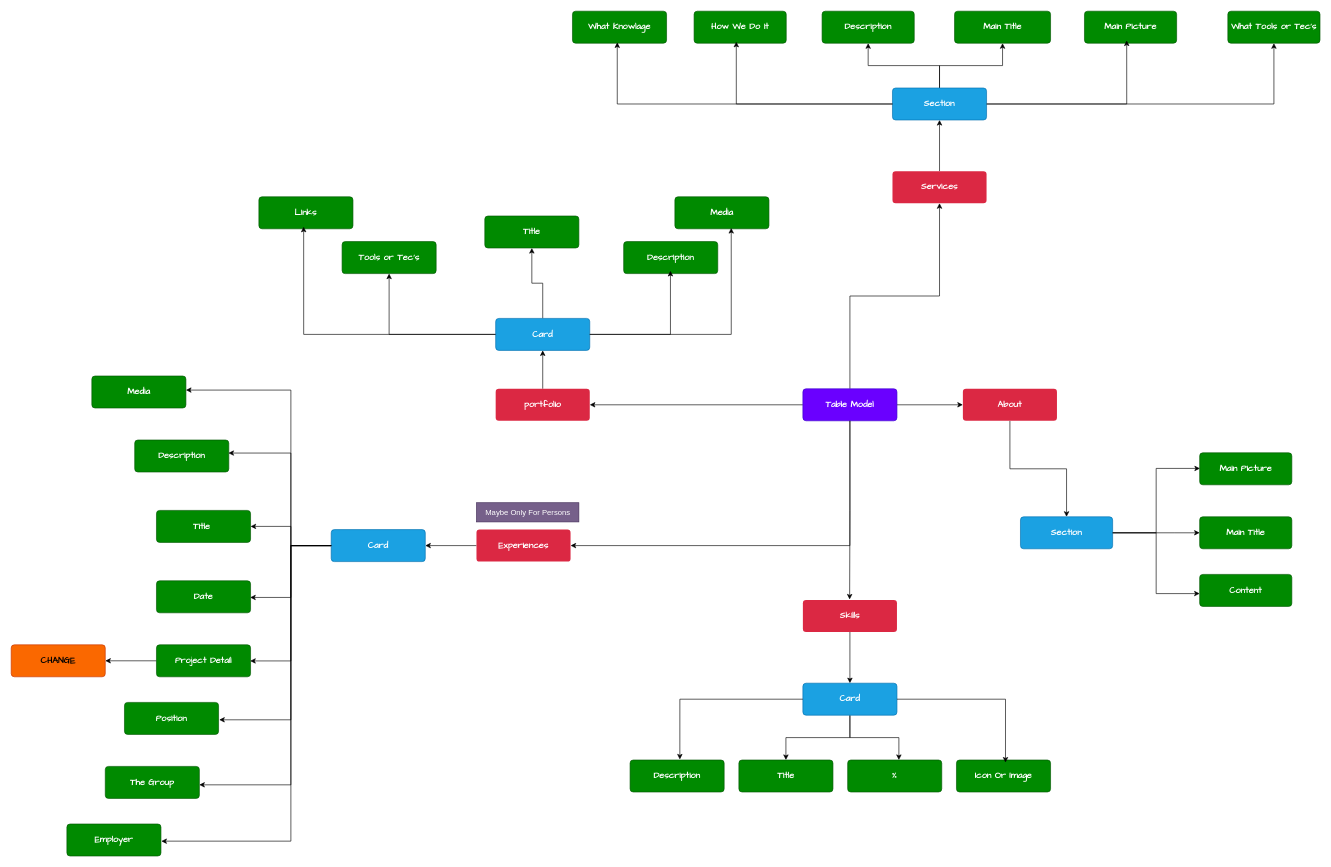
Before: Resa.drawio in monfaredpersonal/Development, a draw.io diagram. Source tidied: cells renumbered, new cells numbered last; positions are measured from the earlier drawing's top-left corner, leaving out a move shared by most shapes. Both pictures are drawn from the tidied source at 64%, with x=0, y=0 at pixel (11, 11).
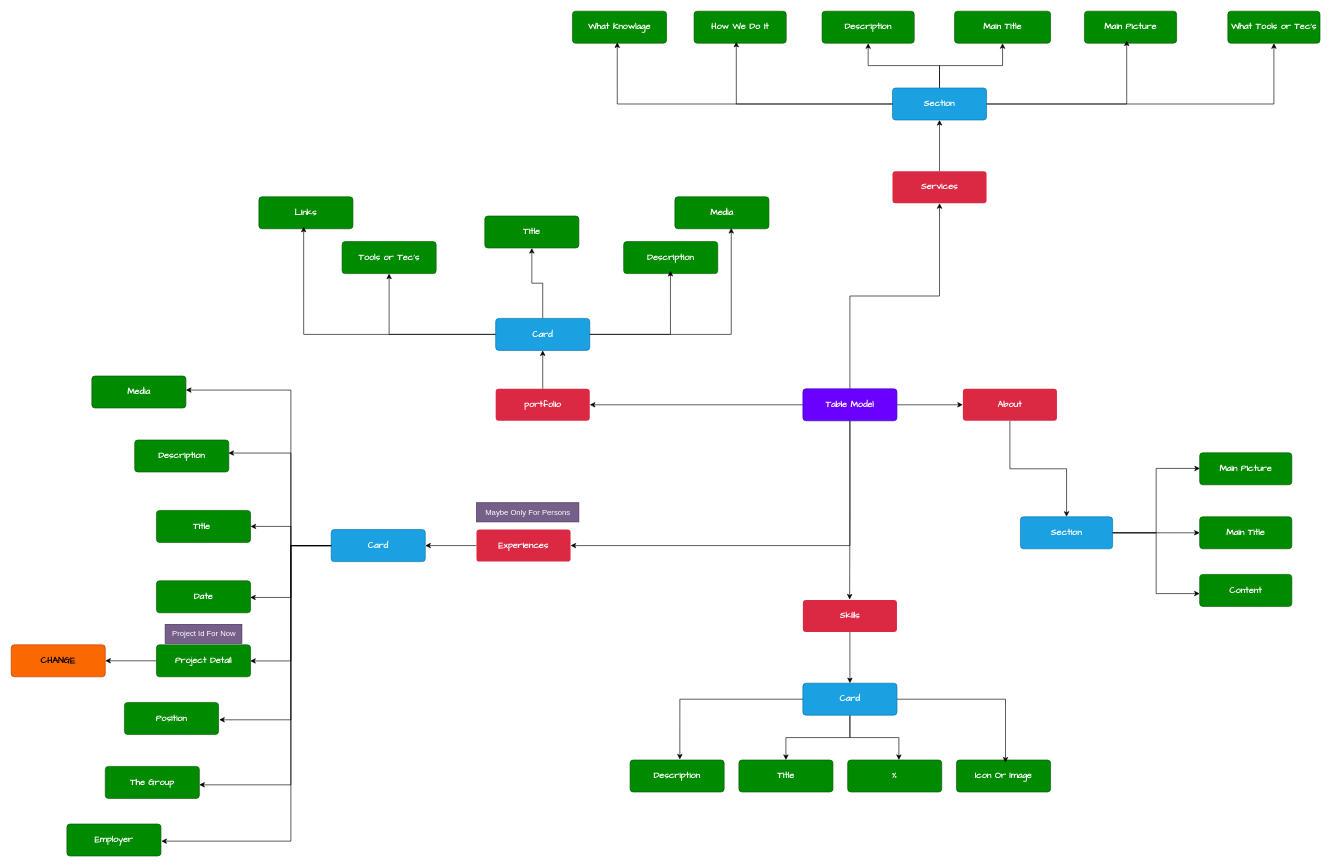
Above is the later version.

What changed in the source:
```diff
@@
+    <mxCell id="78" value="Project Id For Now" style="text;html=1;align=center;verticalAlign=middle;strokeColor=#432D57;fillColor=#76608a;fontColor=#ffffff;" parent="1" vertex="1">
+      <mxGeometry x="240.5" y="958" width="120" height="30" as="geometry" />
+    </mxCell>
```
